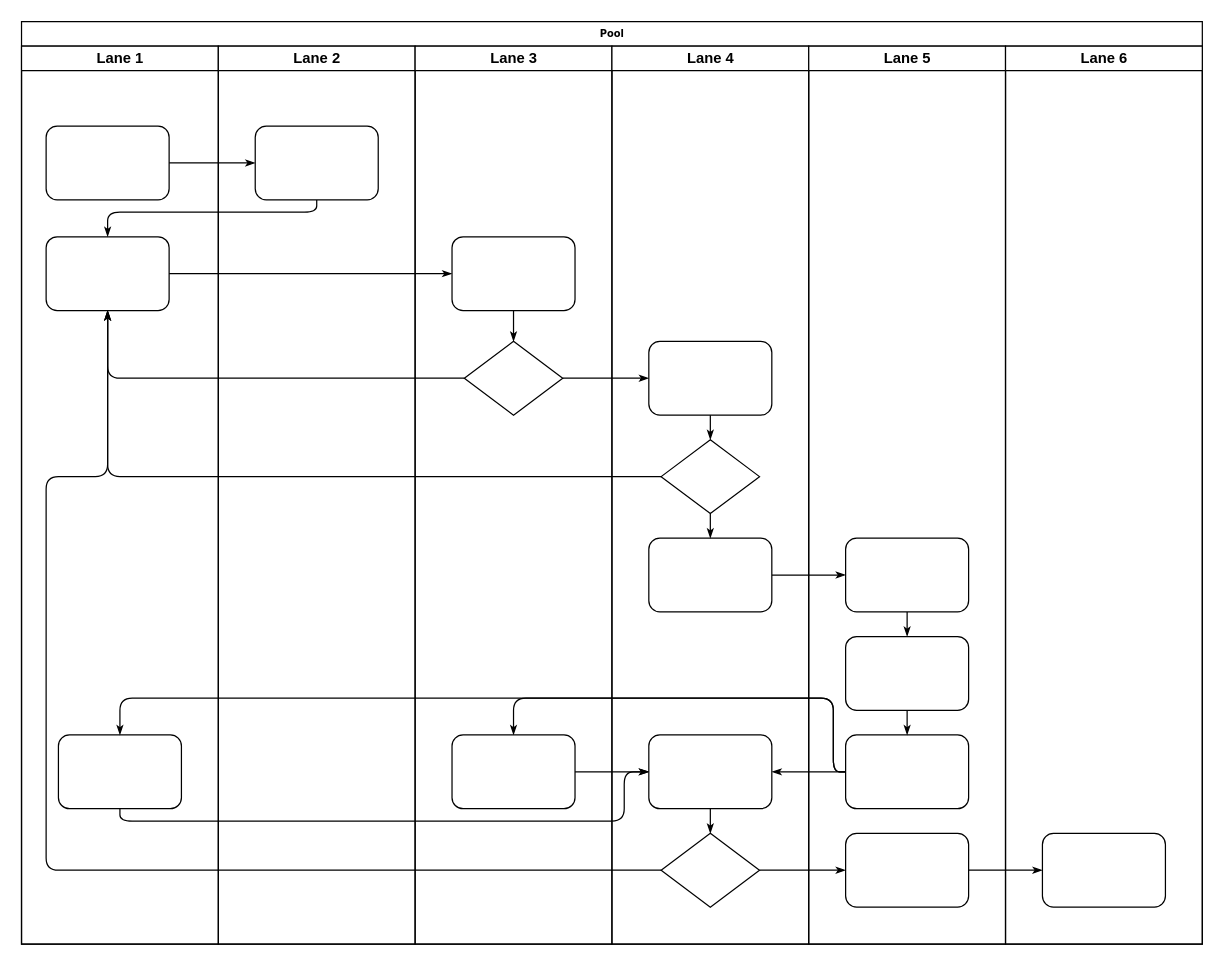
This is 未命名绘图.drawio from Desdesdesgo/drawiosample, a draw.io file, before an edit. Source tidied: cells renumbered, new cells numbered last; positions are measured from the earlier drawing's top-left corner, leaving out a move shared by most shapes. Both pictures are drawn from the tidied source at 123%, with x=0, y=0 at pixel (21, 21).
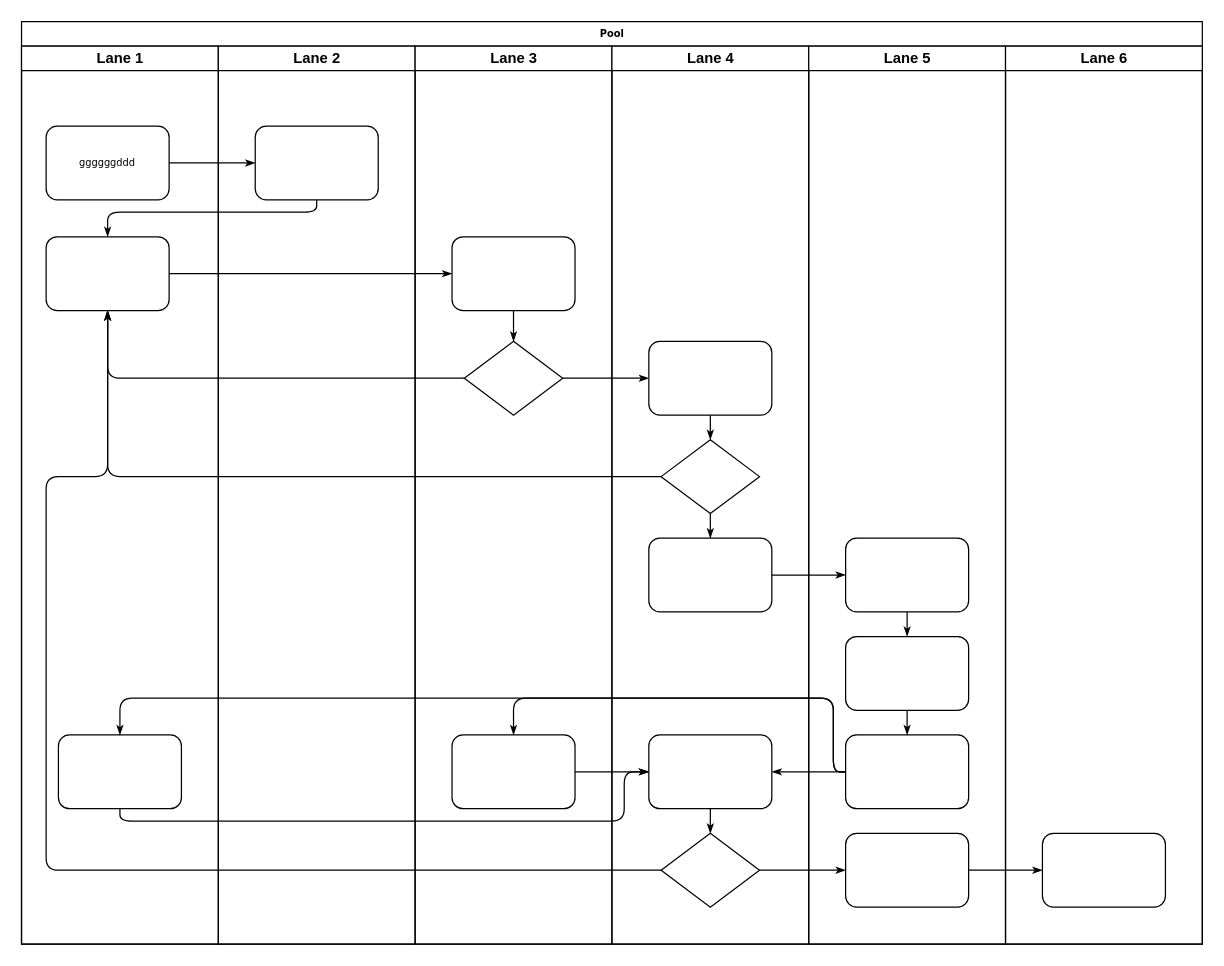
The same page after the edit.

Unchanged cells that the change refers to:
```xml
<mxCell id="3" value="Lane 1" style="swimlane;html=1;startSize=20;" parent="2" vertex="1">
  <mxGeometry y="20" width="160" height="730" as="geometry" />
</mxCell>
```

Change to the diagram source:
```diff
@@
-    <mxCell id="4" style="rounded=1;whiteSpace=wrap;html=1;shadow=0;labelBackgroundColor=none;strokeWidth=1;fontFamily=Verdana;fontSize=8;align=center;" parent="3" vertex="1">
+    <mxCell id="4" value="ggggggddd" style="rounded=1;whiteSpace=wrap;html=1;shadow=0;labelBackgroundColor=none;strokeWidth=1;fontFamily=Verdana;fontSize=8;align=center;" parent="3" vertex="1">
       <mxGeometry x="20" y="65" width="100" height="60" as="geometry" />
     </mxCell>
```
